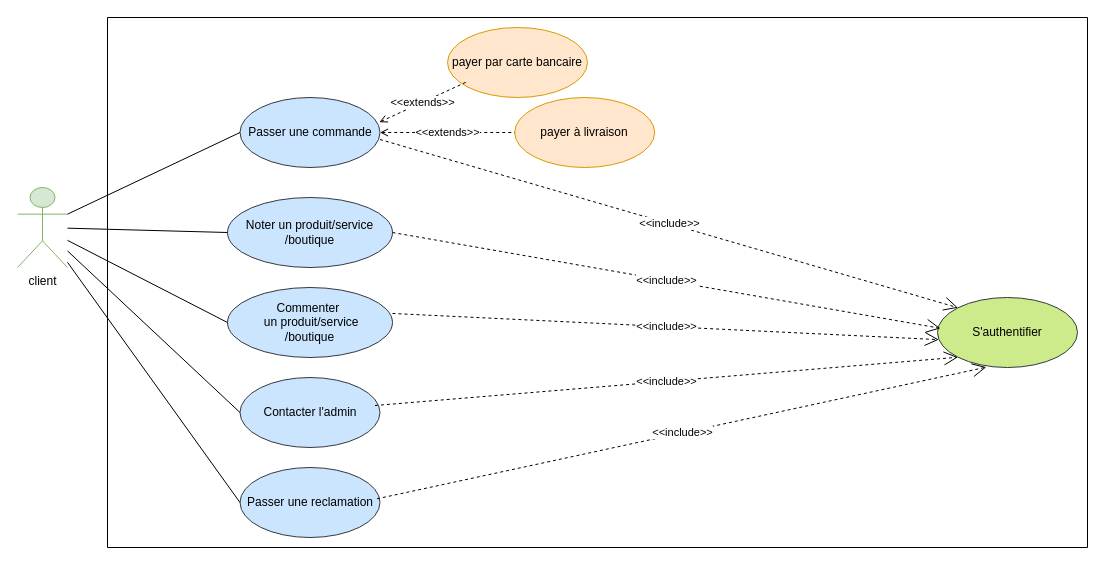
amine-elarass49/angular_doc keeps this draw.io diagram as 2. UseCase_client.drawio. Above is the earlier version. Source tidied: cells renumbered, new cells numbered last; positions are measured from the earlier drawing's top-left corner, leaving out a move shared by most shapes. Both pictures are drawn from the tidied source at 100%, with x=0, y=0 at pixel (17, 17).
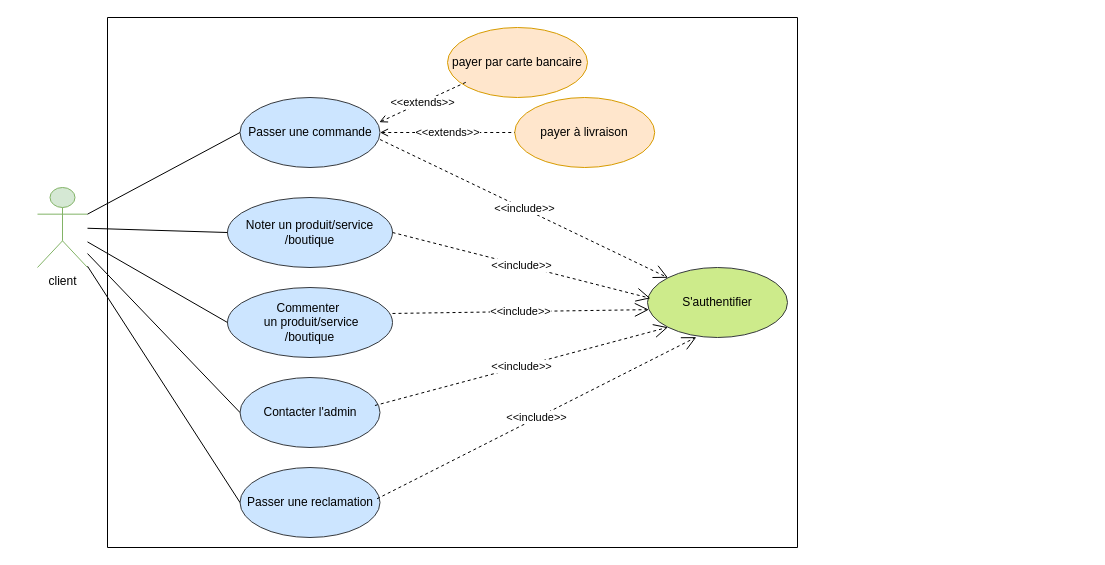
After the change.

Diff of the diagram source:
```diff
@@
     <mxCell id="2" style="swimlane;startSize=0;" parent="1" vertex="1">
-      <mxGeometry x="90" width="980" height="530" as="geometry" />
+      <mxGeometry x="90" width="690" height="530" as="geometry" />
     </mxCell>
-    <mxCell id="3" value="Passer une commande" style="ellipse;whiteSpace=wrap;html=1;fillColor=#cce5ff;strokeColor=#36393d;" parent="2" vertex="1">
-      <mxGeometry x="132.5" y="80" width="140" height="70" as="geometry" />
+    <mxCell id="3" value="Passer une commande" style="ellipse;whiteSpace=wrap;html=1;fillColor=#cce5ff;strokeColor=#36393d;" parent="1" vertex="1">
+      <mxGeometry x="222.5" y="80" width="140" height="70" as="geometry" />
     </mxCell>
-    <mxCell id="4" value="Noter un produit/service&lt;br&gt;/boutique" style="ellipse;whiteSpace=wrap;html=1;fillColor=#cce5ff;strokeColor=#36393d;" parent="2" vertex="1">
-      <mxGeometry x="120" y="180" width="165" height="70" as="geometry" />
+    <mxCell id="4" value="Noter un produit/service&lt;br&gt;/boutique" style="ellipse;whiteSpace=wrap;html=1;fillColor=#cce5ff;strokeColor=#36393d;" parent="1" vertex="1">
+      <mxGeometry x="210" y="180" width="165" height="70" as="geometry" />
     </mxCell>
-    <mxCell id="5" value="&lt;div&gt;Commenter&amp;nbsp;&lt;/div&gt;&lt;div&gt;&amp;nbsp;un produit/service&lt;/div&gt;/boutique" style="ellipse;whiteSpace=wrap;html=1;fillColor=#cce5ff;strokeColor=#36393d;" parent="2" vertex="1">
-      <mxGeometry x="120" y="270" width="165" height="70" as="geometry" />
+    <mxCell id="5" value="&lt;div&gt;Commenter&amp;nbsp;&lt;/div&gt;&lt;div&gt;&amp;nbsp;un produit/service&lt;/div&gt;/boutique" style="ellipse;whiteSpace=wrap;html=1;fillColor=#cce5ff;strokeColor=#36393d;" parent="1" vertex="1">
+      <mxGeometry x="210" y="270" width="165" height="70" as="geometry" />
     </mxCell>
-    <mxCell id="6" value="Contacter l'admin" style="ellipse;whiteSpace=wrap;html=1;fillColor=#cce5ff;strokeColor=#36393d;" parent="2" vertex="1">
-      <mxGeometry x="132.5" y="360" width="140" height="70" as="geometry" />
+    <mxCell id="6" value="Contacter l'admin" style="ellipse;whiteSpace=wrap;html=1;fillColor=#cce5ff;strokeColor=#36393d;" parent="1" vertex="1">
+      <mxGeometry x="222.5" y="360" width="140" height="70" as="geometry" />
     </mxCell>
-    <mxCell id="7" value="S'authentifier" style="ellipse;whiteSpace=wrap;html=1;fillColor=#cdeb8b;strokeColor=#36393d;" parent="2" vertex="1">
-      <mxGeometry x="830" y="280" width="140" height="70" as="geometry" />
+    <mxCell id="7" value="S'authentifier" style="ellipse;whiteSpace=wrap;html=1;fillColor=#cdeb8b;strokeColor=#36393d;" parent="1" vertex="1">
+      <mxGeometry x="630" y="250" width="140" height="70" as="geometry" />
     </mxCell>
-    <mxCell id="8" value="&amp;lt;&amp;lt;include&amp;gt;&amp;gt;" style="endArrow=open;endSize=12;dashed=1;html=1;rounded=0;exitX=1;exitY=0.5;exitDx=0;exitDy=0;entryX=0.021;entryY=0.44;entryDx=0;entryDy=0;entryPerimeter=0;" parent="2" edge="1" source="4" target="7">
+    <mxCell id="8" value="&amp;lt;&amp;lt;include&amp;gt;&amp;gt;" style="endArrow=open;endSize=12;dashed=1;html=1;rounded=0;exitX=1;exitY=0.5;exitDx=0;exitDy=0;entryX=0.021;entryY=0.44;entryDx=0;entryDy=0;entryPerimeter=0;" parent="1" edge="1" source="4" target="7">
       <mxGeometry relative="1" as="geometry" />
     </mxCell>
-    <mxCell id="9" value="&amp;lt;&amp;lt;include&amp;gt;&amp;gt;" style="endArrow=open;endSize=12;dashed=1;html=1;rounded=0;exitX=1;exitY=0.371;exitDx=0;exitDy=0;exitPerimeter=0;entryX=0.01;entryY=0.602;entryDx=0;entryDy=0;entryPerimeter=0;" parent="2" edge="1" source="5" target="7">
+    <mxCell id="9" value="&amp;lt;&amp;lt;include&amp;gt;&amp;gt;" style="endArrow=open;endSize=12;dashed=1;html=1;rounded=0;exitX=1;exitY=0.371;exitDx=0;exitDy=0;exitPerimeter=0;entryX=0.01;entryY=0.602;entryDx=0;entryDy=0;entryPerimeter=0;" parent="1" edge="1" source="5" target="7">
       <mxGeometry relative="1" as="geometry" />
     </mxCell>
-    <mxCell id="10" value="payer par carte bancaire" style="ellipse;whiteSpace=wrap;html=1;fillColor=#ffe6cc;strokeColor=#d79b00;" parent="2" vertex="1">
-      <mxGeometry x="340" y="10" width="140" height="70" as="geometry" />
+    <mxCell id="10" value="payer par carte bancaire" style="ellipse;whiteSpace=wrap;html=1;fillColor=#ffe6cc;strokeColor=#d79b00;" parent="1" vertex="1">
+      <mxGeometry x="430" y="10" width="140" height="70" as="geometry" />
     </mxCell>
-    <mxCell id="11" value="payer à livraison" style="ellipse;whiteSpace=wrap;html=1;fillColor=#ffe6cc;strokeColor=#d79b00;" parent="2" vertex="1">
-      <mxGeometry x="407.2" y="80" width="140" height="70" as="geometry" />
+    <mxCell id="11" value="payer à livraison" style="ellipse;whiteSpace=wrap;html=1;fillColor=#ffe6cc;strokeColor=#d79b00;" parent="1" vertex="1">
+      <mxGeometry x="497.2" y="80" width="140" height="70" as="geometry" />
     </mxCell>
-    <mxCell id="12" value="&amp;lt;&amp;lt;include&amp;gt;&amp;gt;" style="endArrow=open;endSize=12;dashed=1;html=1;rounded=0;entryX=0;entryY=0;entryDx=0;entryDy=0;exitX=1;exitY=0.6;exitDx=0;exitDy=0;exitPerimeter=0;" parent="2" edge="1" source="3" target="7">
+    <mxCell id="12" value="&amp;lt;&amp;lt;include&amp;gt;&amp;gt;" style="endArrow=open;endSize=12;dashed=1;html=1;rounded=0;entryX=0;entryY=0;entryDx=0;entryDy=0;exitX=1;exitY=0.6;exitDx=0;exitDy=0;exitPerimeter=0;" parent="1" edge="1" source="3" target="7">
       <mxGeometry relative="1" as="geometry" />
     </mxCell>
-    <mxCell id="13" value="&amp;lt;&amp;lt;include&amp;gt;&amp;gt;" style="endArrow=open;endSize=12;dashed=1;html=1;rounded=0;exitX=0.964;exitY=0.4;exitDx=0;exitDy=0;exitPerimeter=0;entryX=0;entryY=1;entryDx=0;entryDy=0;" parent="2" edge="1" source="6" target="7">
+    <mxCell id="13" value="&amp;lt;&amp;lt;include&amp;gt;&amp;gt;" style="endArrow=open;endSize=12;dashed=1;html=1;rounded=0;exitX=0.964;exitY=0.4;exitDx=0;exitDy=0;exitPerimeter=0;entryX=0;entryY=1;entryDx=0;entryDy=0;" parent="1" edge="1" source="6" target="7">
       <mxGeometry relative="1" as="geometry" />
     </mxCell>
-    <mxCell id="14" value="&amp;lt;&amp;lt;extends&amp;gt;&amp;gt;" style="endArrow=none;endSize=6;endFill=0;html=1;rounded=0;entryX=0.134;entryY=0.78;entryDx=0;entryDy=0;entryPerimeter=0;exitX=0.995;exitY=0.353;exitDx=0;exitDy=0;exitPerimeter=0;startArrow=open;startFill=0;dashed=1;" parent="2" edge="1" source="3" target="10">
+    <mxCell id="14" value="&amp;lt;&amp;lt;extends&amp;gt;&amp;gt;" style="endArrow=none;endSize=6;endFill=0;html=1;rounded=0;entryX=0.134;entryY=0.78;entryDx=0;entryDy=0;entryPerimeter=0;exitX=0.995;exitY=0.353;exitDx=0;exitDy=0;exitPerimeter=0;startArrow=open;startFill=0;dashed=1;" parent="1" edge="1" source="3" target="10">
       <mxGeometry relative="1" as="geometry" />
     </mxCell>
-    <mxCell id="15" value="&amp;lt;&amp;lt;extends&amp;gt;&amp;gt;" style="endArrow=none;endSize=6;endFill=0;html=1;rounded=0;exitX=1;exitY=0.5;exitDx=0;exitDy=0;startArrow=open;startFill=0;dashed=1;" parent="2" edge="1" source="3" target="11">
+    <mxCell id="15" value="&amp;lt;&amp;lt;extends&amp;gt;&amp;gt;" style="endArrow=none;endSize=6;endFill=0;html=1;rounded=0;exitX=1;exitY=0.5;exitDx=0;exitDy=0;startArrow=open;startFill=0;dashed=1;" parent="1" edge="1" source="3" target="11">
       <mxGeometry relative="1" as="geometry" />
     </mxCell>
-    <mxCell id="16" value="Passer une reclamation" style="ellipse;whiteSpace=wrap;html=1;fillColor=#cce5ff;strokeColor=#36393d;" parent="2" vertex="1">
-      <mxGeometry x="132.5" y="450" width="140" height="70" as="geometry" />
+    <mxCell id="16" value="Passer une reclamation" style="ellipse;whiteSpace=wrap;html=1;fillColor=#cce5ff;strokeColor=#36393d;" parent="1" vertex="1">
+      <mxGeometry x="222.5" y="450" width="140" height="70" as="geometry" />
     </mxCell>
-    <mxCell id="17" value="&amp;lt;&amp;lt;include&amp;gt;&amp;gt;" style="endArrow=open;endSize=12;dashed=1;html=1;rounded=0;exitX=0.979;exitY=0.447;exitDx=0;exitDy=0;exitPerimeter=0;entryX=0.349;entryY=0.995;entryDx=0;entryDy=0;entryPerimeter=0;" parent="2" edge="1" source="16" target="7">
+    <mxCell id="17" value="&amp;lt;&amp;lt;include&amp;gt;&amp;gt;" style="endArrow=open;endSize=12;dashed=1;html=1;rounded=0;exitX=0.979;exitY=0.447;exitDx=0;exitDy=0;exitPerimeter=0;entryX=0.349;entryY=0.995;entryDx=0;entryDy=0;entryPerimeter=0;" parent="1" edge="1" source="16" target="7">
       <mxGeometry relative="1" as="geometry" />
     </mxCell>
     <mxCell id="18" value="client" style="shape=umlActor;verticalLabelPosition=bottom;verticalAlign=top;html=1;outlineConnect=0;fillColor=#d5e8d4;strokeColor=#82b366;" parent="1" vertex="1">
-      <mxGeometry y="170" width="50" height="80" as="geometry" />
+      <mxGeometry x="20" y="170" width="50" height="80" as="geometry" />
     </mxCell>
```
